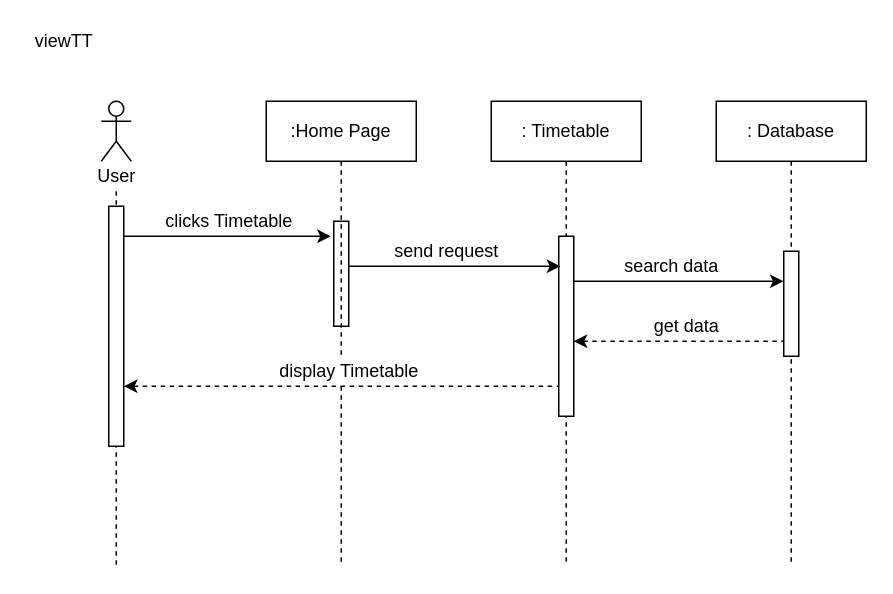
FaizAnuar/ashisu keeps this draw.io diagram as page "Page-1" (1 of 4) of Timetable.drawio. Above is the earlier version. Source tidied: cells renumbered, new cells numbered last; positions are measured from the earlier drawing's top-left corner, leaving out a move shared by most shapes. Both pictures are drawn from the tidied source at 150%, with x=0, y=0 at pixel (26, 26).
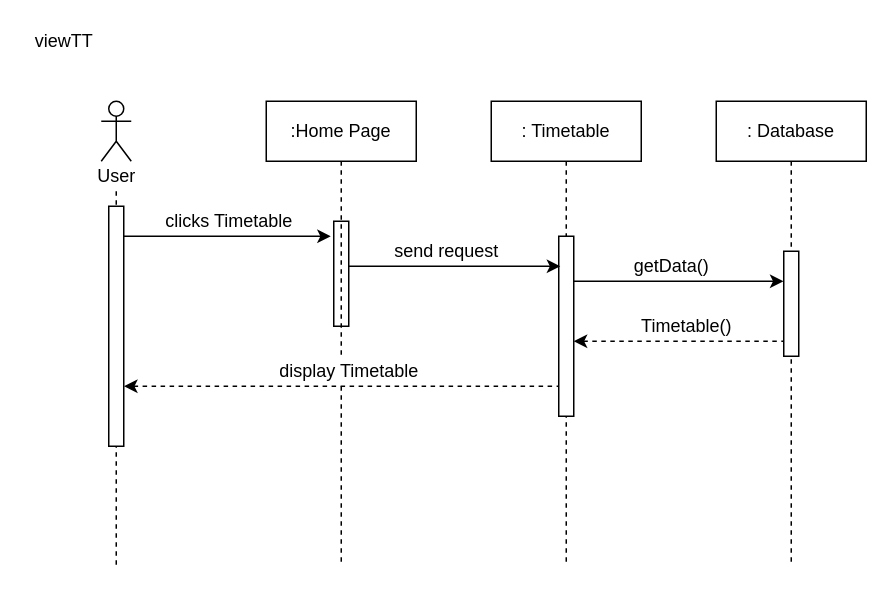
The same page after the edit.

The edit, as a diff of the source:
```diff
@@
-    <mxCell id="23" value="search data" style="text;html=1;align=center;verticalAlign=middle;strokeColor=none;" parent="1" vertex="1">
-      <mxGeometry x="390" y="150" width="80" height="20" as="geometry" />
+    <mxCell id="23" value="getData()" style="text;html=1;align=center;verticalAlign=middle;strokeColor=none;" parent="1" vertex="1">
+      <mxGeometry x="395" y="150" width="70" height="20" as="geometry" />
     </mxCell>
-    <mxCell id="24" value="get data" style="text;html=1;align=center;verticalAlign=middle;strokeColor=none;" parent="1" vertex="1">
-      <mxGeometry x="410" y="190" width="60" height="20" as="geometry" />
+    <mxCell id="24" value="Timetable()" style="text;html=1;align=center;verticalAlign=middle;strokeColor=none;" parent="1" vertex="1">
+      <mxGeometry x="400" y="190" width="80" height="20" as="geometry" />
     </mxCell>
```
